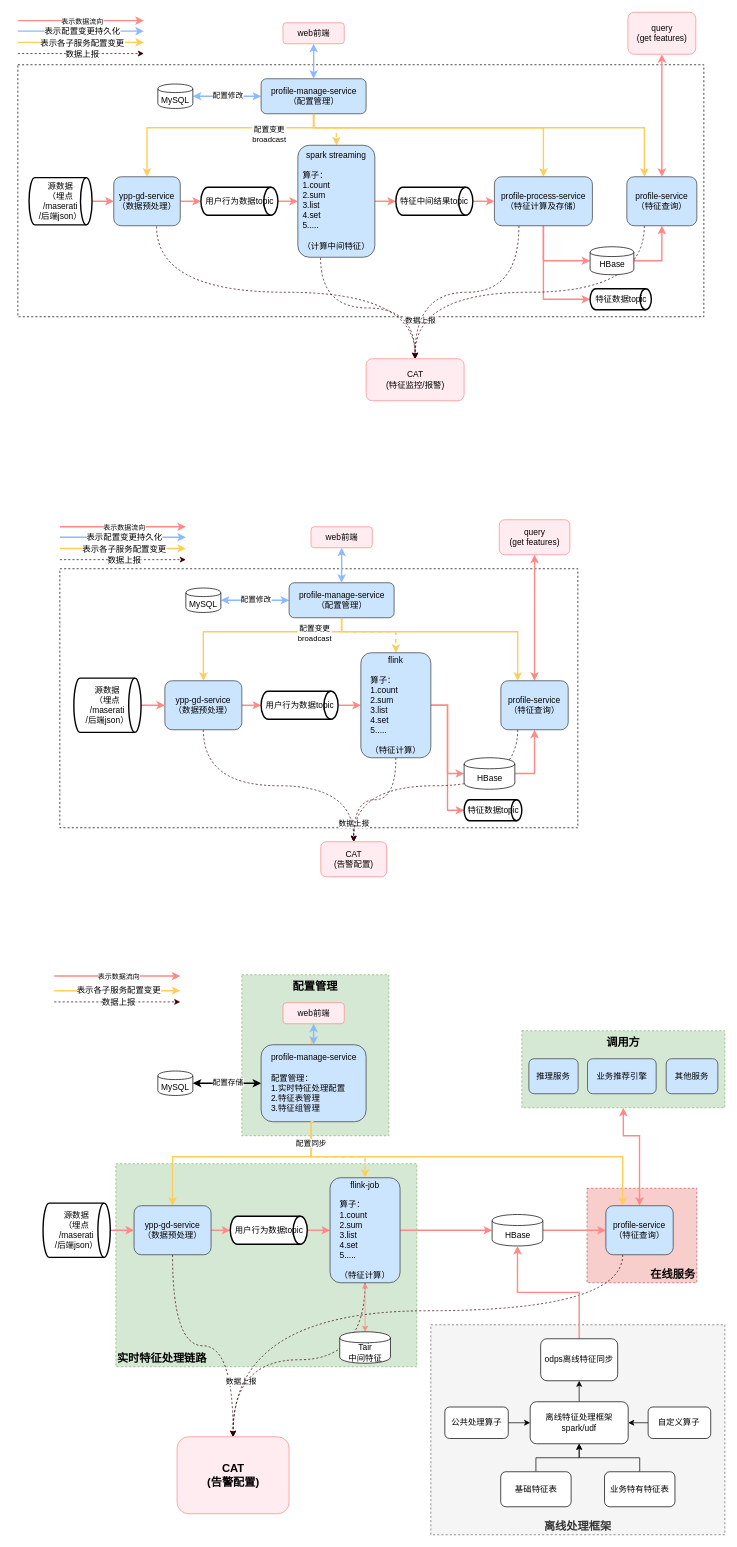
This is 运行架构图.drawio from qingchao-kong/draw.io, a draw.io file, before an edit. Source tidied: cells renumbered, new cells numbered last; positions are measured from the earlier drawing's top-left corner, leaving out a move shared by most shapes. Both pictures are drawn from the tidied source at 70%, with x=0, y=0 at pixel (18, 12).
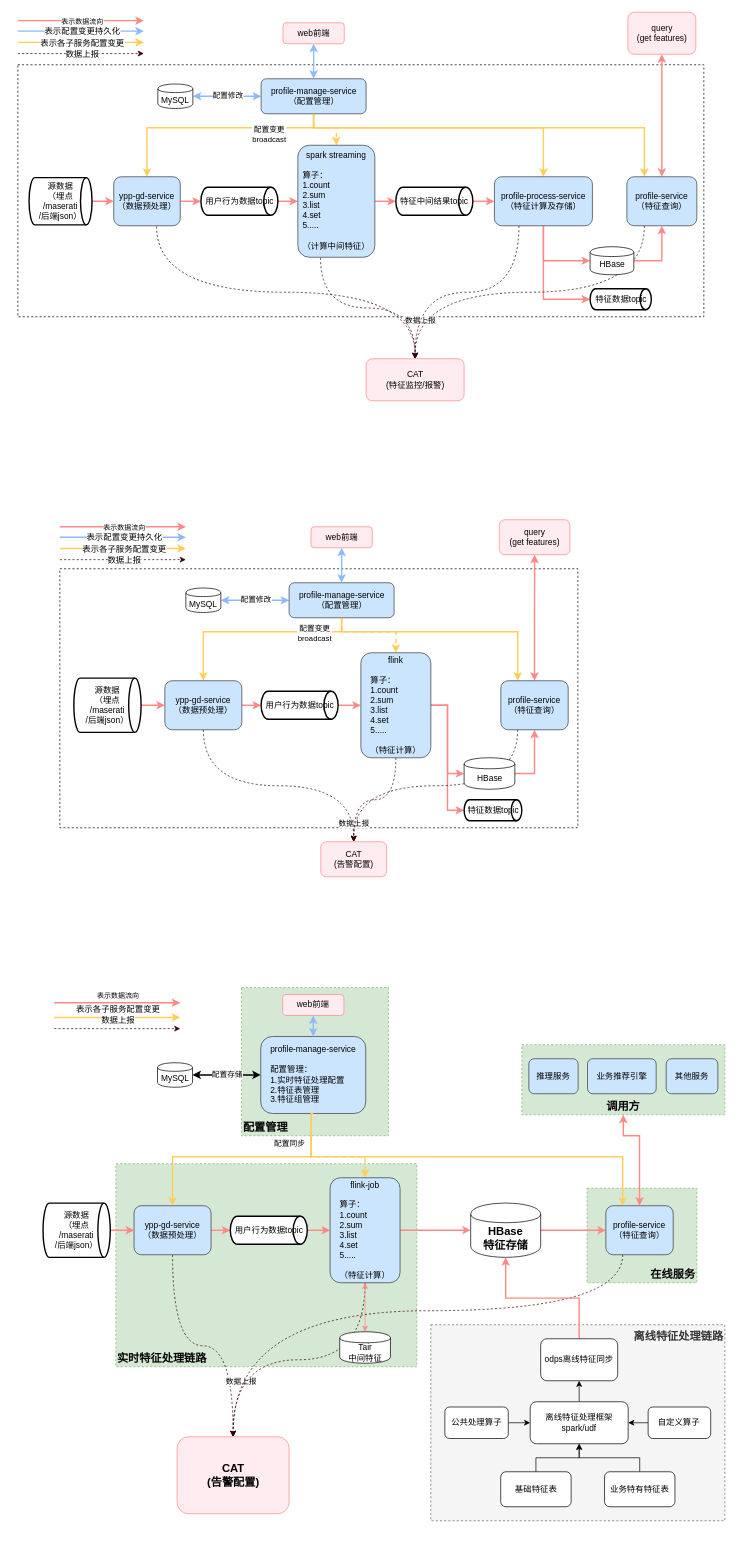
The same diagram, later.

Commit message:
Update 运行架构图.drawio

The change refers to these unchanged cells:
```xml
<mxCell id="94" style="edgeStyle=orthogonalEdgeStyle;rounded=0;jettySize=auto;html=1;exitX=0.5;exitY=1;exitDx=0;exitDy=0;entryX=0.5;entryY=0;entryDx=0;entryDy=0;fillColor=#ffcd5a;strokeColor=#ffcd5a;strokeWidth=2;dashed=1;" parent="1" edge="1" source="93" target="108">
  <mxGeometry relative="1" as="geometry">
    <Array as="points">
      <mxPoint x="419" y="1635" />
      <mxPoint x="496" y="1635" />
    </Array>
  </mxGeometry>
</mxCell>
```

What changed in the source:
```diff
@@
-    <mxCell id="2" value="配置管理" style="rounded=0;whiteSpace=wrap;html=1;dashed=1;shadow=0;fillColor=#d5e8d4;verticalAlign=top;strokeColor=#82b366;fontStyle=1;fontSize=16;" parent="1" vertex="1">
-      <mxGeometry x="320" y="1375" width="210" height="230" as="geometry" />
+    <mxCell id="2" value="配置管理" style="rounded=0;whiteSpace=wrap;html=1;dashed=1;shadow=0;fillColor=#d5e8d4;verticalAlign=bottom;strokeColor=#82b366;fontStyle=1;fontSize=16;align=left;" parent="1" vertex="1">
+      <mxGeometry x="319.5" y="1393.2" width="210" height="211.8" as="geometry" />
     </mxCell>
-    <mxCell id="3" value="在线服务" style="rounded=0;whiteSpace=wrap;html=1;dashed=1;shadow=0;fillColor=#f8cecc;verticalAlign=bottom;strokeColor=#b85450;fontStyle=1;fontSize=16;align=right;" parent="1" vertex="1">
+    <mxCell id="3" value="在线服务" style="rounded=0;whiteSpace=wrap;html=1;dashed=1;shadow=0;fillColor=#d5e8d4;verticalAlign=bottom;strokeColor=#82b366;fontStyle=1;fontSize=16;align=right;" parent="1" vertex="1">
       <mxGeometry x="813.1" y="1680" width="156.9" height="135" as="geometry" />
     </mxCell>
@@
     <mxCell id="93" value="profile-manage-service&lt;br&gt;&lt;br&gt;&lt;div style=&quot;text-align: left&quot;&gt;&lt;span&gt;配置管理：&lt;/span&gt;&lt;/div&gt;&lt;div style=&quot;text-align: left&quot;&gt;&lt;span&gt;1.实时特征处理配置&lt;/span&gt;&lt;/div&gt;&lt;div style=&quot;text-align: left&quot;&gt;&lt;span&gt;2.特征表管理&lt;/span&gt;&lt;/div&gt;&lt;div style=&quot;text-align: left&quot;&gt;&lt;span&gt;3.特征组管理&lt;/span&gt;&lt;/div&gt;" style="rounded=1;whiteSpace=wrap;html=1;fillColor=#cce5ff;strokeColor=#36393d;" parent="1" vertex="1">
-      <mxGeometry x="347.5" y="1475" width="150" height="110" as="geometry" />
+      <mxGeometry x="347" y="1463.2" width="150" height="110" as="geometry" />
     </mxCell>
@@
     <mxCell id="95" value="配置同步" style="edgeLabel;html=1;align=center;verticalAlign=middle;" parent="94" vertex="1">
       <mxGeometry x="-0.52" y="-2" relative="1" as="geometry">
-        <mxPoint x="1.8" y="-5.4" as="offset" />
+        <mxPoint x="-29.5" y="4.6" as="offset" />
       </mxGeometry>
     </mxCell>
@@
     <mxCell id="101" value="MySQL" style="shape=cylinder;whiteSpace=wrap;html=1;boundedLbl=1;backgroundOutline=1;" parent="1" vertex="1">
-      <mxGeometry x="200" y="1512.5" width="50" height="35" as="geometry" />
+      <mxGeometry x="199.5" y="1500.7" width="50" height="35" as="geometry" />
     </mxCell>
@@
     <mxCell id="105" value="web前端" style="rounded=1;whiteSpace=wrap;html=1;fillColor=#ffecf1;strokeColor=#ff8987;" parent="1" vertex="1">
-      <mxGeometry x="378.8" y="1415" width="87.5" height="30" as="geometry" />
+      <mxGeometry x="378.3" y="1403.2" width="87.5" height="30" as="geometry" />
     </mxCell>
@@
     <mxCell id="109" style="endArrow=classic;html=1;fillColor=#ff8987;strokeColor=#ff8987;strokeWidth=2;" parent="1" edge="1">
       <mxGeometry relative="1" as="geometry">
-        <mxPoint x="52" y="1376.8" as="sourcePoint" />
-        <mxPoint x="232" y="1376.8" as="targetPoint" />
+        <mxPoint x="52" y="1415" as="sourcePoint" />
+        <mxPoint x="232" y="1415" as="targetPoint" />
       </mxGeometry>
     </mxCell>
     <mxCell id="110" value="&lt;font style=&quot;font-size: 10px&quot;&gt;表示数据流向&lt;/font&gt;" style="text;html=1;align=center;verticalAlign=middle;labelBackgroundColor=#ffffff;childText;" parent="109" vertex="1">
       <mxGeometry x="0.07" y="-1" relative="1" as="geometry">
-        <mxPoint x="-5" y="-1" as="offset" />
+        <mxPoint x="-5.5" y="-12.8" as="offset" />
       </mxGeometry>
     </mxCell>
@@
     <mxCell id="112" style="endArrow=classic;html=1;fillColor=#ffcd5a;strokeColor=#ffcd5a;strokeWidth=2;" parent="1" edge="1">
       <mxGeometry relative="1" as="geometry">
-        <mxPoint x="52" y="1397.8" as="sourcePoint" />
-        <mxPoint x="232" y="1397.8" as="targetPoint" />
+        <mxPoint x="52" y="1436" as="sourcePoint" />
+        <mxPoint x="232" y="1436" as="targetPoint" />
       </mxGeometry>
     </mxCell>
     <mxCell id="113" value="表示各子服务配置变更" style="text;html=1;align=center;verticalAlign=middle;labelBackgroundColor=#ffffff;childText;" parent="112" vertex="1">
       <mxGeometry x="0.07" y="-1" relative="1" as="geometry">
-        <mxPoint x="-5" y="-1" as="offset" />
+        <mxPoint x="-5.5" y="-12.8" as="offset" />
       </mxGeometry>
     </mxCell>
@@
     <mxCell id="120" style="endArrow=classic;html=1;fillColor=#ffcd5a;strokeWidth=1;strokeColor=#330000;dashed=1;" parent="1" edge="1">
       <mxGeometry relative="1" as="geometry">
-        <mxPoint x="52" y="1413.8" as="sourcePoint" />
-        <mxPoint x="232" y="1413.8" as="targetPoint" />
+        <mxPoint x="52" y="1452" as="sourcePoint" />
+        <mxPoint x="232" y="1452" as="targetPoint" />
       </mxGeometry>
     </mxCell>
     <mxCell id="121" value="数据上报" style="text;html=1;align=center;verticalAlign=middle;labelBackgroundColor=#ffffff;childText;" parent="120" vertex="1">
       <mxGeometry x="0.07" y="-1" relative="1" as="geometry">
-        <mxPoint x="-5" y="-1" as="offset" />
+        <mxPoint x="-5.5" y="-12.8" as="offset" />
       </mxGeometry>
     </mxCell>
-    <mxCell id="122" value="HBase" style="shape=cylinder;whiteSpace=wrap;html=1;boundedLbl=1;backgroundOutline=1;" parent="1" vertex="1">
-      <mxGeometry x="677.5" y="1717.5" width="72.5" height="45" as="geometry" />
+    <mxCell id="122" value="HBase&lt;br style=&quot;font-size: 16px;&quot;&gt;特征存储" style="shape=cylinder;whiteSpace=wrap;html=1;boundedLbl=1;backgroundOutline=1;fontStyle=1;fontSize=16;" parent="1" vertex="1">
+      <mxGeometry x="646.9" y="1701.2" width="100" height="77.5" as="geometry" />
     </mxCell>
-    <mxCell id="123" value="离线处理框架" style="rounded=0;whiteSpace=wrap;html=1;dashed=1;shadow=0;fillColor=#f5f5f5;verticalAlign=bottom;strokeColor=#666666;fontColor=#333333;fontStyle=1;fontSize=16;" parent="1" vertex="1">
-      <mxGeometry x="590" y="1875" width="420" height="300" as="geometry" />
+    <mxCell id="123" value="离线特征处理链路" style="rounded=0;whiteSpace=wrap;html=1;dashed=1;shadow=0;fillColor=#f5f5f5;verticalAlign=top;strokeColor=#666666;fontColor=#333333;fontStyle=1;fontSize=16;align=right;" parent="1" vertex="1">
+      <mxGeometry x="590" y="1875" width="420" height="280" as="geometry" />
     </mxCell>
@@
-    <mxCell id="136" value="调用方" style="rounded=0;whiteSpace=wrap;html=1;dashed=1;shadow=0;fillColor=#d5e8d4;verticalAlign=top;strokeColor=#82b366;fontStyle=1;fontSize=16;" parent="1" vertex="1">
-      <mxGeometry x="720" y="1455" width="290" height="110" as="geometry" />
+    <mxCell id="136" value="调用方" style="rounded=0;whiteSpace=wrap;html=1;dashed=1;shadow=0;fillColor=#d5e8d4;verticalAlign=bottom;strokeColor=#82b366;fontStyle=1;fontSize=16;" parent="1" vertex="1">
+      <mxGeometry x="720" y="1475" width="290" height="100" as="geometry" />
     </mxCell>
```
